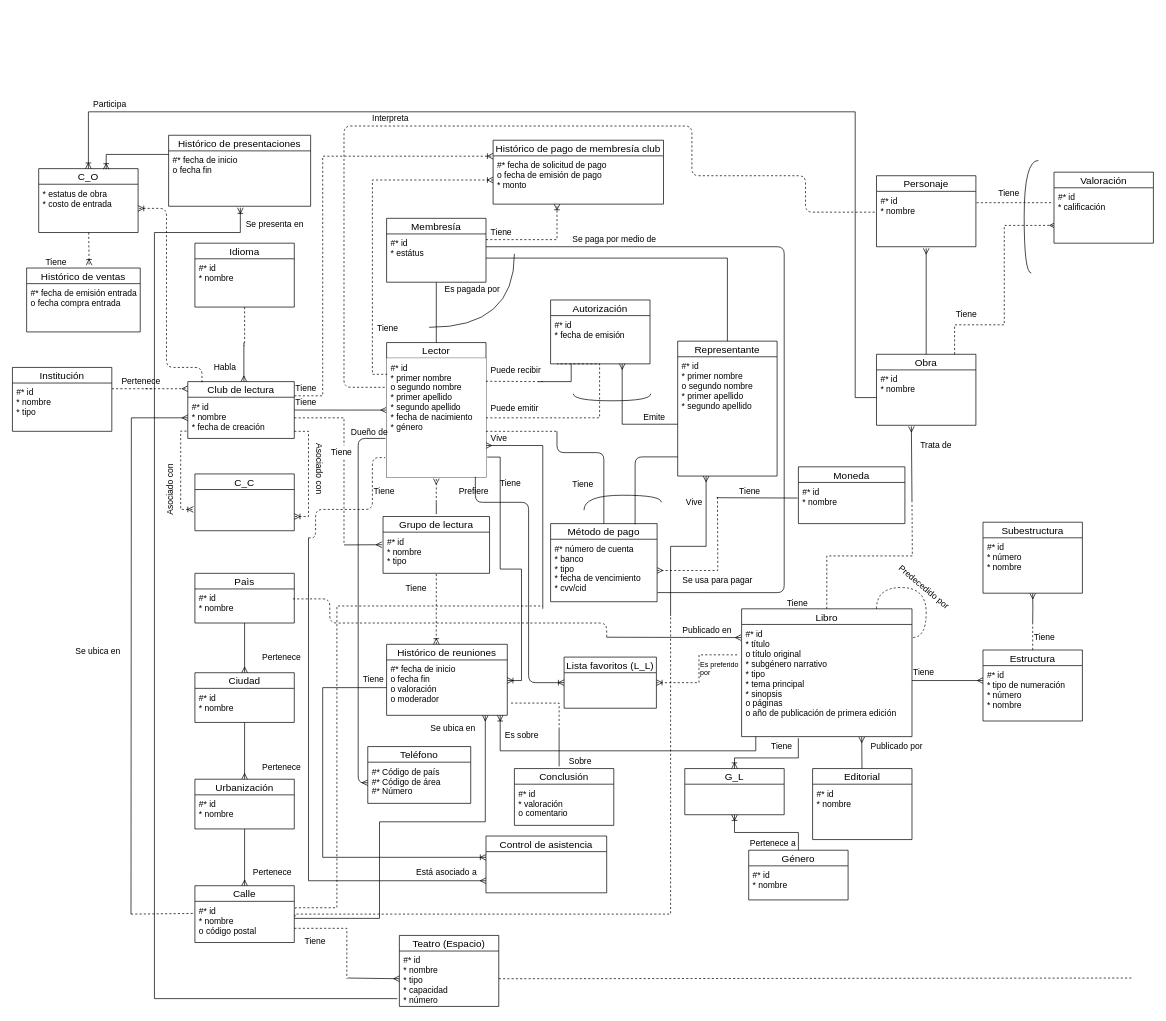
This is DB I/Hopefully this will be the last ER.drawio from NeutronBlast/IS-Ex, a draw.io file, before an edit. Source tidied: cells renumbered, new cells numbered last; positions are measured from the earlier drawing's top-left corner, leaving out a move shared by most shapes. Both pictures are drawn from the tidied source at 71%, with x=0, y=0 at pixel (12, 97).
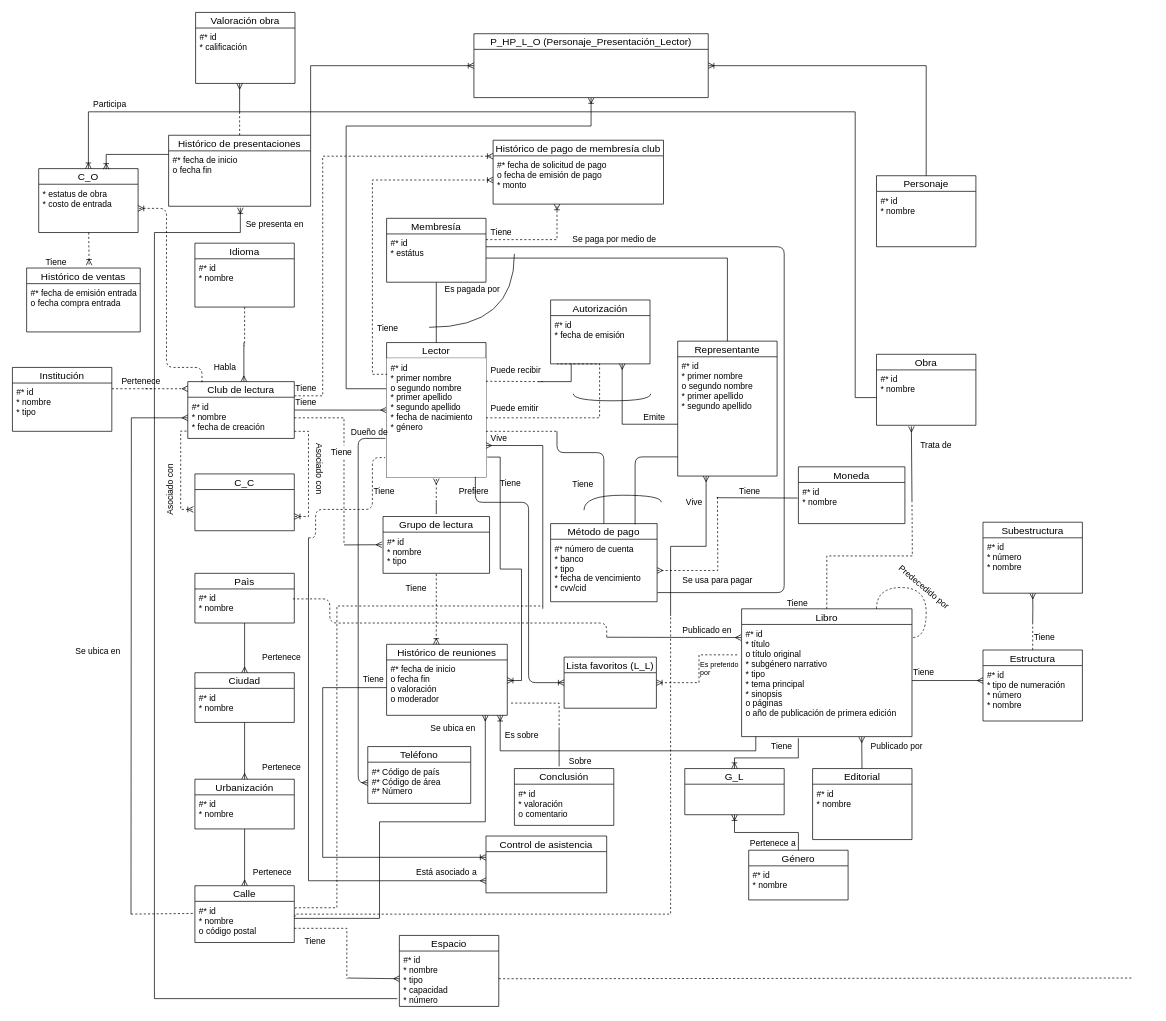
The same page after the edit.

The change refers to these unchanged cells:
```xml
<mxCell id="17" value="Lector" style="swimlane;fontStyle=0;horizontal=1;startSize=22;fillColor=none;swimlaneFillColor=#ffffff;align=center;fontSize=14;" parent="1" vertex="1">
  <mxGeometry x="527" y="345" width="140" height="190" as="geometry" />
</mxCell>
<mxCell id="144" value="Obra" style="swimlane;fontStyle=0;horizontal=1;startSize=22;fillColor=none;swimlaneFillColor=#ffffff;align=center;fontSize=14;" parent="1" vertex="1">
  <mxGeometry x="1217" y="361.5" width="140" height="100" as="geometry" />
</mxCell>
<mxCell id="149" value="Personaje" style="swimlane;fontStyle=0;horizontal=1;startSize=22;fillColor=none;swimlaneFillColor=#ffffff;align=center;fontSize=14;" parent="1" vertex="1">
  <mxGeometry x="1217" y="110" width="140" height="100" as="geometry" />
</mxCell>
<mxCell id="150" value="#* id&#10;* nombre&#10;&#10;&#10;" style="text;strokeColor=none;fillColor=none;spacingLeft=4;spacingRight=4;overflow=hidden;points=[[0,0.5],[1,0.5]];portConstraint=eastwest;fontSize=12;" parent="149" vertex="1">
  <mxGeometry y="22" width="140" height="78" as="geometry" />
</mxCell>
<mxCell id="156" value="#* id&#10;* calificación&#10;&#10;" style="text;strokeColor=none;fillColor=none;spacingLeft=4;spacingRight=4;overflow=hidden;points=[[0,0.5],[1,0.5]];portConstraint=eastwest;fontSize=12;" parent="155" vertex="1">
  <mxGeometry y="22" width="140" height="78" as="geometry" />
</mxCell>
<mxCell id="186" value="Histórico de presentaciones" style="swimlane;fontStyle=0;horizontal=1;startSize=22;fillColor=none;swimlaneFillColor=#ffffff;align=center;fontSize=14;" parent="1" vertex="1">
  <mxGeometry x="220" y="53" width="200" height="100" as="geometry" />
</mxCell>
```

What changed in the source:
```diff
@@
+    <mxCell id="192" style="edgeStyle=orthogonalEdgeStyle;rounded=0;jettySize=auto;html=1;entryX=0.5;entryY=1;entryDx=0;entryDy=0;startArrow=none;startFill=0;endArrow=ERoneToMany;endFill=0;" parent="1" edge="1" source="17" target="197">
+      <mxGeometry relative="1" as="geometry">
+        <Array as="points">
+          <mxPoint x="470" y="410" />
+          <mxPoint x="470" y="40" />
+          <mxPoint x="815" y="40" />
+        </Array>
+      </mxGeometry>
+    </mxCell>
@@
-    <mxCell id="107" value="Teatro (Espacio)" style="swimlane;fontStyle=0;horizontal=1;startSize=22;fillColor=none;swimlaneFillColor=#ffffff;align=center;fontSize=14;" parent="1" vertex="1">
+    <mxCell id="107" value="Espacio" style="swimlane;fontStyle=0;horizontal=1;startSize=22;fillColor=none;swimlaneFillColor=#ffffff;align=center;fontSize=14;" parent="1" vertex="1">
       <mxGeometry x="545" y="1180" width="140" height="100" as="geometry" />
     </mxCell>
@@
-    <mxCell id="142" style="edgeStyle=orthogonalEdgeStyle;rounded=0;jettySize=auto;html=1;startArrow=none;startFill=0;endArrow=ERmany;endFill=0;strokeColor=#000000;entryX=0.5;entryY=1.028;entryDx=0;entryDy=0;entryPerimeter=0;" parent="1" edge="1" source="144" target="150">
-      <mxGeometry relative="1" as="geometry">
-        <Array as="points">
-          <mxPoint x="1287" y="300" />
-          <mxPoint x="1287" y="300" />
-        </Array>
-      </mxGeometry>
-    </mxCell>
-    <mxCell id="143" style="edgeStyle=orthogonalEdgeStyle;rounded=0;jettySize=auto;html=1;dashed=1;startArrow=none;startFill=0;endArrow=ERmany;endFill=0;strokeColor=#000000;entryX=0.014;entryY=0.679;entryDx=0;entryDy=0;entryPerimeter=0;" parent="1" edge="1" source="144" target="156">
-      <mxGeometry relative="1" as="geometry">
-        <Array as="points">
-          <mxPoint x="1327" y="320" />
-          <mxPoint x="1397" y="320" />
-          <mxPoint x="1397" y="180" />
-        </Array>
-      </mxGeometry>
-    </mxCell>
@@
-    <mxCell id="154" style="rounded=0;jettySize=auto;html=1;startArrow=none;startFill=0;endArrow=none;endFill=0;strokeColor=#000000;dashed=1;exitX=-0.029;exitY=0.269;exitDx=0;exitDy=0;exitPerimeter=0;" parent="1" edge="1" source="156">
-      <mxGeometry relative="1" as="geometry">
-        <mxPoint x="1358" y="148" as="targetPoint" />
-      </mxGeometry>
-    </mxCell>
-    <mxCell id="155" value="Valoración" style="swimlane;fontStyle=0;horizontal=1;startSize=22;fillColor=none;swimlaneFillColor=#ffffff;align=center;fontSize=14;" parent="1" vertex="1">
-      <mxGeometry x="1467" y="105" width="140" height="100" as="geometry" />
+    <mxCell id="155" value="Valoración obra" style="swimlane;fontStyle=0;horizontal=1;startSize=22;fillColor=none;swimlaneFillColor=#ffffff;align=center;fontSize=14;" parent="1" vertex="1">
+      <mxGeometry x="258" y="-120" width="140" height="100" as="geometry" />
     </mxCell>
@@
-    <mxCell id="157" style="endArrow=none;html=1;strokeColor=#000000;edgeStyle=orthogonalEdgeStyle;curved=1;" parent="1" edge="1">
-      <mxGeometry relative="1" as="geometry">
-        <mxPoint x="1435" y="247" as="sourcePoint" />
-        <mxPoint x="1445" y="88.5" as="targetPoint" />
-        <Array as="points">
-          <mxPoint x="1425" y="247" />
-          <mxPoint x="1425" y="88" />
-        </Array>
-      </mxGeometry>
-    </mxCell>
-    <mxCell id="158" style="endArrow=none;dashed=1;html=1;strokeColor=#000000;edgeStyle=orthogonalEdgeStyle;exitX=-0.018;exitY=0.376;exitDx=0;exitDy=0;exitPerimeter=0;" parent="1" edge="1" source="150">
-      <mxGeometry relative="1" as="geometry">
-        <mxPoint x="527" y="408" as="targetPoint" />
-        <Array as="points">
-          <mxPoint x="1117" y="161" />
-          <mxPoint x="1117" y="110" />
-          <mxPoint x="957" y="110" />
-          <mxPoint x="957" y="40" />
-          <mxPoint x="467" y="40" />
-          <mxPoint x="467" y="408" />
-        </Array>
-      </mxGeometry>
-    </mxCell>
-    <mxCell id="159" value="Interpreta" style="text;html=1;align=left;verticalAlign=top;spacingTop=-4;" parent="1" vertex="1">
-      <mxGeometry x="504.5" y="20" width="60" height="20" as="geometry" />
-    </mxCell>
@@
-    <mxCell id="167" value="Tiene" style="text;html=1;align=left;verticalAlign=top;spacingTop=-4;" parent="1" vertex="1">
-      <mxGeometry x="1387" y="125" width="40" height="20" as="geometry" />
-    </mxCell>
@@
-    <mxCell id="178" value="Tiene" style="text;html=1;align=left;verticalAlign=top;spacingTop=-4;" parent="1" vertex="1">
-      <mxGeometry x="1327" y="295" width="40" height="20" as="geometry" />
-    </mxCell>
@@
+    <mxCell id="193" style="rounded=0;jettySize=auto;html=1;startArrow=none;startFill=0;endArrow=none;endFill=0;dashed=1;" parent="1" edge="1" source="186">
+      <mxGeometry relative="1" as="geometry">
+        <mxPoint x="320" y="20" as="targetPoint" />
+      </mxGeometry>
+    </mxCell>
+    <mxCell id="194" style="edgeStyle=orthogonalEdgeStyle;rounded=0;jettySize=auto;html=1;entryX=0;entryY=0.5;entryDx=0;entryDy=0;startArrow=none;startFill=0;endArrow=ERoneToMany;endFill=0;" parent="1" edge="1" source="186" target="197">
+      <mxGeometry relative="1" as="geometry">
+        <Array as="points">
+          <mxPoint x="420" y="-45" />
+        </Array>
+      </mxGeometry>
+    </mxCell>
@@
+    <mxCell id="195" style="rounded=0;jettySize=auto;html=1;startArrow=none;startFill=0;endArrow=ERmany;endFill=0;entryX=0.443;entryY=1;entryDx=0;entryDy=0;entryPerimeter=0;" parent="1" edge="1" target="156">
+      <mxGeometry relative="1" as="geometry">
+        <mxPoint x="320" y="20" as="sourcePoint" />
+      </mxGeometry>
+    </mxCell>
+    <mxCell id="196" style="edgeStyle=orthogonalEdgeStyle;rounded=0;jettySize=auto;html=1;entryX=0.5;entryY=0;entryDx=0;entryDy=0;startArrow=ERoneToMany;startFill=0;endArrow=none;endFill=0;" parent="1" edge="1" source="197" target="149">
+      <mxGeometry relative="1" as="geometry" />
+    </mxCell>
+    <mxCell id="197" value="P_HP_L_O (Personaje_Presentación_Lector)" style="swimlane;fontStyle=0;horizontal=1;startSize=22;fillColor=none;swimlaneFillColor=#ffffff;align=center;fontSize=14;" parent="1" vertex="1">
+      <mxGeometry x="650" y="-90" width="330" height="90" as="geometry" />
+    </mxCell>
```
